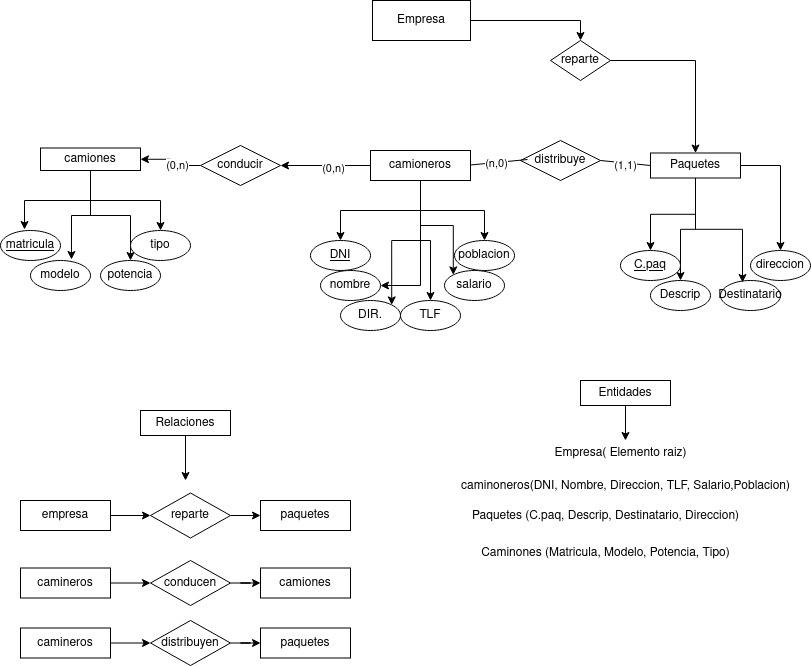
Above: Ejercicios/images/Diagrama_BAE_E1.drawio.png in adogonz23/BAE (draw.io), before the change. Source tidied: cells renumbered, new cells last; positions are measured from the earlier drawing's top-left corner, leaving out a move shared by most shapes. The source it was exported from:
```xml
<mxGraphModel background="#ffffff">
  <root>
    <mxCell id="0" />
    <mxCell id="1" parent="0" />
    <mxCell id="2" style="edgeStyle=orthogonalEdgeStyle;rounded=0;jettySize=auto;html=1;entryX=0.5;entryY=0;entryDx=0;entryDy=0;" parent="1" edge="1" source="10" target="16">
      <mxGeometry relative="1" as="geometry" />
    </mxCell>
    <mxCell id="3" style="edgeStyle=orthogonalEdgeStyle;rounded=0;jettySize=auto;html=1;entryX=1;entryY=0.5;entryDx=0;entryDy=0;" parent="1" edge="1" source="10" target="17">
      <mxGeometry relative="1" as="geometry" />
    </mxCell>
    <mxCell id="4" style="edgeStyle=orthogonalEdgeStyle;rounded=0;jettySize=auto;html=1;entryX=1;entryY=0;entryDx=0;entryDy=0;" parent="1" edge="1" source="10" target="20">
      <mxGeometry relative="1" as="geometry" />
    </mxCell>
    <mxCell id="5" style="edgeStyle=orthogonalEdgeStyle;rounded=0;jettySize=auto;html=1;entryX=0.5;entryY=0;entryDx=0;entryDy=0;" parent="1" edge="1" source="10" target="18">
      <mxGeometry relative="1" as="geometry" />
    </mxCell>
    <mxCell id="6" style="edgeStyle=orthogonalEdgeStyle;rounded=0;jettySize=auto;html=1;entryX=0.5;entryY=0;entryDx=0;entryDy=0;" parent="1" edge="1" source="10" target="21">
      <mxGeometry relative="1" as="geometry" />
    </mxCell>
    <mxCell id="7" style="edgeStyle=orthogonalEdgeStyle;rounded=0;jettySize=auto;html=1;entryX=0;entryY=0;entryDx=0;entryDy=0;" parent="1" edge="1" source="10" target="19">
      <mxGeometry relative="1" as="geometry" />
    </mxCell>
    <mxCell id="8" style="edgeStyle=orthogonalEdgeStyle;rounded=0;jettySize=auto;html=1;entryX=1;entryY=0.5;entryDx=0;entryDy=0;" parent="1" edge="1" source="10" target="44">
      <mxGeometry relative="1" as="geometry" />
    </mxCell>
    <mxCell id="9" value="(0,n)" style="edgeLabel;html=1;align=center;verticalAlign=middle;" parent="8" vertex="1">
      <mxGeometry x="-0.16" y="2" relative="1" as="geometry" />
    </mxCell>
    <mxCell id="10" value="&lt;div&gt;camioneros&lt;/div&gt;" style="rounded=0;whiteSpace=wrap;html=1;" parent="1" vertex="1">
      <mxGeometry x="370" y="150" width="100" height="30" as="geometry" />
    </mxCell>
    <mxCell id="11" style="edgeStyle=orthogonalEdgeStyle;rounded=0;jettySize=auto;html=1;" parent="1" edge="1" source="14" target="29">
      <mxGeometry relative="1" as="geometry" />
    </mxCell>
    <mxCell id="12" style="edgeStyle=orthogonalEdgeStyle;rounded=0;jettySize=auto;html=1;" parent="1" edge="1" source="14" target="26">
      <mxGeometry relative="1" as="geometry" />
    </mxCell>
    <mxCell id="13" style="edgeStyle=orthogonalEdgeStyle;rounded=0;jettySize=auto;html=1;" parent="1" edge="1" source="14" target="27">
      <mxGeometry relative="1" as="geometry" />
    </mxCell>
    <mxCell id="14" value="Paquetes" style="rounded=0;whiteSpace=wrap;html=1;" parent="1" vertex="1">
      <mxGeometry x="650" y="152.5" width="90" height="25" as="geometry" />
    </mxCell>
    <mxCell id="15" style="group;" parent="1" vertex="1">
      <mxGeometry x="310" y="240" width="204" height="90" as="geometry" />
    </mxCell>
    <mxCell id="16" value="&lt;u&gt;DNI&lt;/u&gt;" style="ellipse;whiteSpace=wrap;html=1;" parent="15" vertex="1">
      <mxGeometry width="60" height="30" as="geometry" />
    </mxCell>
    <mxCell id="17" value="nombre" style="ellipse;whiteSpace=wrap;html=1;" parent="15" vertex="1">
      <mxGeometry x="10" y="30" width="60" height="30" as="geometry" />
    </mxCell>
    <mxCell id="18" value="TLF" style="ellipse;whiteSpace=wrap;html=1;" parent="15" vertex="1">
      <mxGeometry x="90" y="60" width="60" height="30" as="geometry" />
    </mxCell>
    <mxCell id="19" value="salario" style="ellipse;whiteSpace=wrap;html=1;" parent="15" vertex="1">
      <mxGeometry x="134" y="30" width="60" height="30" as="geometry" />
    </mxCell>
    <mxCell id="20" value="DIR." style="ellipse;whiteSpace=wrap;html=1;" parent="15" vertex="1">
      <mxGeometry x="30" y="60" width="60" height="30" as="geometry" />
    </mxCell>
    <mxCell id="21" value="poblacion" style="ellipse;whiteSpace=wrap;html=1;" parent="15" vertex="1">
      <mxGeometry x="144" width="60" height="30" as="geometry" />
    </mxCell>
    <mxCell id="22" style="edgeStyle=orthogonalEdgeStyle;rounded=0;jettySize=auto;html=1;" parent="1" edge="1" source="24" target="32">
      <mxGeometry relative="1" as="geometry" />
    </mxCell>
    <mxCell id="23" style="edgeStyle=orthogonalEdgeStyle;rounded=0;jettySize=auto;html=1;" parent="1" edge="1" source="24" target="31">
      <mxGeometry relative="1" as="geometry" />
    </mxCell>
    <mxCell id="24" value="camiones" style="rounded=0;whiteSpace=wrap;html=1;" parent="1" vertex="1">
      <mxGeometry x="40" y="147.5" width="100" height="22.5" as="geometry" />
    </mxCell>
    <mxCell id="25" style="group;" parent="1" vertex="1">
      <mxGeometry x="620" y="250" width="190" height="60" as="geometry" />
    </mxCell>
    <mxCell id="26" value="Descrip" style="ellipse;whiteSpace=wrap;html=1;" parent="25" vertex="1">
      <mxGeometry x="30" y="30" width="60" height="30" as="geometry" />
    </mxCell>
    <mxCell id="27" value="direccion" style="ellipse;whiteSpace=wrap;html=1;" parent="25" vertex="1">
      <mxGeometry x="130" width="60" height="30" as="geometry" />
    </mxCell>
    <mxCell id="28" value="Destinatario" style="ellipse;whiteSpace=wrap;html=1;" parent="25" vertex="1">
      <mxGeometry x="100" y="30" width="60" height="30" as="geometry" />
    </mxCell>
    <mxCell id="29" value="&lt;div&gt;&lt;u&gt;C.paq&lt;/u&gt;&lt;/div&gt;" style="ellipse;whiteSpace=wrap;html=1;" parent="25" vertex="1">
      <mxGeometry width="60" height="30" as="geometry" />
    </mxCell>
    <mxCell id="30" value="modelo " style="ellipse;whiteSpace=wrap;html=1;" parent="1" vertex="1">
      <mxGeometry x="30" y="260" width="60" height="30" as="geometry" />
    </mxCell>
    <mxCell id="31" value="tipo" style="ellipse;whiteSpace=wrap;html=1;" parent="1" vertex="1">
      <mxGeometry x="130" y="230" width="60" height="30" as="geometry" />
    </mxCell>
    <mxCell id="32" value="potencia" style="ellipse;whiteSpace=wrap;html=1;" parent="1" vertex="1">
      <mxGeometry x="100" y="260" width="60" height="30" as="geometry" />
    </mxCell>
    <mxCell id="33" value="&lt;u&gt;matricula&lt;/u&gt;" style="ellipse;whiteSpace=wrap;html=1;" parent="1" vertex="1">
      <mxGeometry y="230" width="60" height="30" as="geometry" />
    </mxCell>
    <mxCell id="34" style="edgeStyle=orthogonalEdgeStyle;rounded=0;jettySize=auto;html=1;entryX=0.4;entryY=-0.033;entryDx=0;entryDy=0;entryPerimeter=0;" parent="1" edge="1" source="24" target="33">
      <mxGeometry relative="1" as="geometry" />
    </mxCell>
    <mxCell id="35" style="edgeStyle=orthogonalEdgeStyle;rounded=0;jettySize=auto;html=1;entryX=0.683;entryY=-0.033;entryDx=0;entryDy=0;entryPerimeter=0;" parent="1" edge="1" source="24" target="30">
      <mxGeometry relative="1" as="geometry" />
    </mxCell>
    <mxCell id="36" style="edgeStyle=orthogonalEdgeStyle;rounded=0;jettySize=auto;html=1;entryX=0.367;entryY=0.067;entryDx=0;entryDy=0;entryPerimeter=0;" parent="1" edge="1" source="14" target="28">
      <mxGeometry relative="1" as="geometry" />
    </mxCell>
    <mxCell id="37" value="distribuye" style="rhombus;whiteSpace=wrap;html=1;" parent="1" vertex="1">
      <mxGeometry x="520" y="140" width="80" height="40" as="geometry" />
    </mxCell>
    <mxCell id="38" style="endArrow=none;html=1;rounded=0;entryX=0.088;entryY=0.475;entryDx=0;entryDy=0;entryPerimeter=0;" parent="1" edge="1" target="37">
      <mxGeometry relative="1" as="geometry">
        <mxPoint x="470" y="164.5" as="sourcePoint" />
      </mxGeometry>
    </mxCell>
    <mxCell id="39" value="(n,0)" style="edgeLabel;html=1;align=center;verticalAlign=middle;" parent="38" vertex="1">
      <mxGeometry x="-0.09" relative="1" as="geometry" />
    </mxCell>
    <mxCell id="40" style="endArrow=none;html=1;rounded=0;entryX=0;entryY=0.5;entryDx=0;entryDy=0;exitX=1;exitY=0.5;exitDx=0;exitDy=0;" parent="1" edge="1" source="37" target="14">
      <mxGeometry relative="1" as="geometry" />
    </mxCell>
    <mxCell id="41" value="(1,1)" style="edgeLabel;html=1;align=center;verticalAlign=middle;" parent="40" vertex="1">
      <mxGeometry x="0.01" y="-1" relative="1" as="geometry">
        <mxPoint y="1" as="offset" />
      </mxGeometry>
    </mxCell>
    <mxCell id="42" style="edgeStyle=orthogonalEdgeStyle;rounded=0;jettySize=auto;html=1;entryX=1;entryY=0.5;entryDx=0;entryDy=0;" parent="1" edge="1" source="44" target="24">
      <mxGeometry relative="1" as="geometry" />
    </mxCell>
    <mxCell id="43" value="(0,n)" style="edgeLabel;html=1;align=center;verticalAlign=middle;" parent="42" vertex="1">
      <mxGeometry x="-0.27" y="-1" relative="1" as="geometry" />
    </mxCell>
    <mxCell id="44" value="conducir" style="rhombus;whiteSpace=wrap;html=1;" parent="1" vertex="1">
      <mxGeometry x="200" y="145" width="80" height="40" as="geometry" />
    </mxCell>
    <mxCell id="45" style="edgeStyle=orthogonalEdgeStyle;rounded=0;jettySize=auto;html=1;entryX=0;entryY=0.5;entryDx=0;entryDy=0;" parent="1" edge="1" source="46" target="49">
      <mxGeometry relative="1" as="geometry" />
    </mxCell>
    <mxCell id="46" value="empresa " style="rounded=0;whiteSpace=wrap;html=1;" parent="1" vertex="1">
      <mxGeometry x="20" y="500" width="90" height="30" as="geometry" />
    </mxCell>
    <mxCell id="47" value="paquetes" style="rounded=0;whiteSpace=wrap;html=1;" parent="1" vertex="1">
      <mxGeometry x="260" y="500" width="90" height="30" as="geometry" />
    </mxCell>
    <mxCell id="48" style="edgeStyle=orthogonalEdgeStyle;rounded=0;jettySize=auto;html=1;entryX=0;entryY=0.5;entryDx=0;entryDy=0;" parent="1" edge="1" source="49" target="47">
      <mxGeometry relative="1" as="geometry" />
    </mxCell>
    <mxCell id="49" value="reparte" style="rhombus;whiteSpace=wrap;html=1;" parent="1" vertex="1">
      <mxGeometry x="150" y="492.5" width="80" height="45" as="geometry" />
    </mxCell>
    <mxCell id="50" style="edgeStyle=orthogonalEdgeStyle;rounded=0;jettySize=auto;html=1;entryX=0;entryY=0.5;entryDx=0;entryDy=0;" parent="1" edge="1" source="51" target="52">
      <mxGeometry relative="1" as="geometry" />
    </mxCell>
    <mxCell id="51" value="conducen " style="rhombus;whiteSpace=wrap;html=1;" parent="1" vertex="1">
      <mxGeometry x="150" y="560" width="80" height="45" as="geometry" />
    </mxCell>
    <mxCell id="52" value="camiones" style="rounded=0;whiteSpace=wrap;html=1;" parent="1" vertex="1">
      <mxGeometry x="260" y="567.5" width="90" height="30" as="geometry" />
    </mxCell>
    <mxCell id="53" style="edgeStyle=orthogonalEdgeStyle;rounded=0;jettySize=auto;html=1;" parent="1" edge="1" source="54" target="51">
      <mxGeometry relative="1" as="geometry" />
    </mxCell>
    <mxCell id="54" value="camineros " style="rounded=0;whiteSpace=wrap;html=1;" parent="1" vertex="1">
      <mxGeometry x="20" y="567.5" width="90" height="30" as="geometry" />
    </mxCell>
    <mxCell id="55" style="edgeStyle=orthogonalEdgeStyle;rounded=0;jettySize=auto;html=1;" parent="1" edge="1" source="56" target="57">
      <mxGeometry relative="1" as="geometry" />
    </mxCell>
    <mxCell id="56" value="distribuyen" style="rhombus;whiteSpace=wrap;html=1;" parent="1" vertex="1">
      <mxGeometry x="150" y="620" width="80" height="45" as="geometry" />
    </mxCell>
    <mxCell id="57" value="paquetes" style="rounded=0;whiteSpace=wrap;html=1;" parent="1" vertex="1">
      <mxGeometry x="260" y="627.5" width="90" height="30" as="geometry" />
    </mxCell>
    <mxCell id="58" style="edgeStyle=orthogonalEdgeStyle;rounded=0;jettySize=auto;html=1;entryX=0;entryY=0.5;entryDx=0;entryDy=0;" parent="1" edge="1" source="59" target="56">
      <mxGeometry relative="1" as="geometry" />
    </mxCell>
    <mxCell id="59" value="camineros " style="rounded=0;whiteSpace=wrap;html=1;" parent="1" vertex="1">
      <mxGeometry x="20" y="627.5" width="90" height="30" as="geometry" />
    </mxCell>
    <mxCell id="60" style="edgeStyle=orthogonalEdgeStyle;rounded=0;jettySize=auto;html=1;entryX=0.5;entryY=0;entryDx=0;entryDy=0;" parent="1" edge="1" source="61" target="63">
      <mxGeometry relative="1" as="geometry" />
    </mxCell>
    <mxCell id="61" value="Empresa" style="rounded=0;whiteSpace=wrap;html=1;" parent="1" vertex="1">
      <mxGeometry x="372" width="98" height="40" as="geometry" />
    </mxCell>
    <mxCell id="62" style="edgeStyle=orthogonalEdgeStyle;rounded=0;jettySize=auto;html=1;entryX=0.5;entryY=0;entryDx=0;entryDy=0;" parent="1" edge="1" source="63" target="14">
      <mxGeometry relative="1" as="geometry" />
    </mxCell>
    <mxCell id="63" value="reparte" style="rhombus;whiteSpace=wrap;html=1;" parent="1" vertex="1">
      <mxGeometry x="550" y="40" width="60" height="40" as="geometry" />
    </mxCell>
    <mxCell id="64" style="edgeStyle=orthogonalEdgeStyle;rounded=0;jettySize=auto;html=1;" parent="1" edge="1" source="65">
      <mxGeometry relative="1" as="geometry">
        <mxPoint x="185" y="480" as="targetPoint" />
      </mxGeometry>
    </mxCell>
    <mxCell id="65" value="Relaciones" style="rounded=0;whiteSpace=wrap;html=1;" parent="1" vertex="1">
      <mxGeometry x="140" y="410" width="90" height="25" as="geometry" />
    </mxCell>
    <mxCell id="66" value="caminoneros(DNI, Nombre, Direccion, TLF, Salario,Poblacion)" style="text;html=1;align=center;verticalAlign=middle;strokeColor=none;fillColor=none;" parent="1" vertex="1">
      <mxGeometry x="450" y="471" width="350" height="30" as="geometry" />
    </mxCell>
    <mxCell id="67" value="Paquetes (C.paq, Descrip, Destinatario, Direccion) " style="text;html=1;align=center;verticalAlign=middle;strokeColor=none;fillColor=none;" parent="1" vertex="1">
      <mxGeometry x="460" y="501" width="290" height="30" as="geometry" />
    </mxCell>
    <mxCell id="68" value="Caminones (Matricula, Modelo, Potencia, Tipo)" style="text;html=1;align=center;verticalAlign=middle;strokeColor=none;fillColor=none;" parent="1" vertex="1">
      <mxGeometry x="470" y="537.5" width="270" height="30" as="geometry" />
    </mxCell>
    <mxCell id="69" value="Empresa( Elemento raiz)" style="text;html=1;align=center;verticalAlign=middle;points=[];strokeColor=none;fillColor=none;" parent="1" vertex="1">
      <mxGeometry x="540" y="437.5" width="160" height="30" as="geometry" />
    </mxCell>
    <mxCell id="70" value="Entidades" style="rounded=0;whiteSpace=wrap;html=1;" parent="1" vertex="1">
      <mxGeometry x="580" y="380" width="90" height="25" as="geometry" />
    </mxCell>
    <mxCell id="71" style="edgeStyle=orthogonalEdgeStyle;rounded=0;jettySize=auto;html=1;entryX=0.531;entryY=0.083;entryDx=0;entryDy=0;entryPerimeter=0;" parent="1" edge="1" source="70" target="69">
      <mxGeometry relative="1" as="geometry" />
    </mxCell>
  </root>
</mxGraphModel>
```
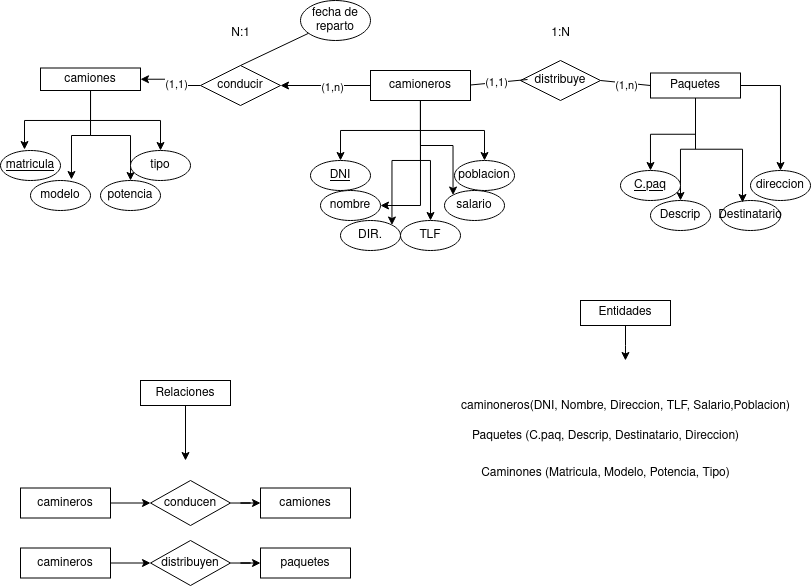
The same file after the commit.

What changed in the source:
```diff
@@ -23,7 +23,7 @@
     <mxCell id="8" style="edgeStyle=orthogonalEdgeStyle;rounded=0;jettySize=auto;html=1;entryX=1;entryY=0.5;entryDx=0;entryDy=0;" parent="1" edge="1" source="10" target="44">
       <mxGeometry relative="1" as="geometry" />
     </mxCell>
-    <mxCell id="9" value="(0,n)" style="edgeLabel;html=1;align=center;verticalAlign=middle;" parent="8" vertex="1">
+    <mxCell id="9" value="(1,n)" style="edgeLabel;html=1;align=center;verticalAlign=middle;" parent="8" vertex="1">
       <mxGeometry x="-0.16" y="2" relative="1" as="geometry" />
     </mxCell>
     <mxCell id="10" value="&lt;div&gt;camioneros&lt;/div&gt;" style="rounded=0;whiteSpace=wrap;html=1;" parent="1" vertex="1">
@@ -115,13 +115,13 @@
         <mxPoint x="470" y="164.5" as="sourcePoint" />
       </mxGeometry>
     </mxCell>
-    <mxCell id="39" value="(n,0)" style="edgeLabel;html=1;align=center;verticalAlign=middle;" parent="38" vertex="1">
+    <mxCell id="39" value="(1,1)" style="edgeLabel;html=1;align=center;verticalAlign=middle;" parent="38" vertex="1">
       <mxGeometry x="-0.09" relative="1" as="geometry" />
     </mxCell>
     <mxCell id="40" style="endArrow=none;html=1;rounded=0;entryX=0;entryY=0.5;entryDx=0;entryDy=0;exitX=1;exitY=0.5;exitDx=0;exitDy=0;" parent="1" edge="1" source="37" target="14">
       <mxGeometry relative="1" as="geometry" />
     </mxCell>
-    <mxCell id="41" value="(1,1)" style="edgeLabel;html=1;align=center;verticalAlign=middle;" parent="40" vertex="1">
+    <mxCell id="41" value="(1,n)" style="edgeLabel;html=1;align=center;verticalAlign=middle;" parent="40" vertex="1">
       <mxGeometry x="0.01" y="-1" relative="1" as="geometry">
         <mxPoint y="1" as="offset" />
       </mxGeometry>
@@ -129,27 +129,12 @@
     <mxCell id="42" style="edgeStyle=orthogonalEdgeStyle;rounded=0;jettySize=auto;html=1;entryX=1;entryY=0.5;entryDx=0;entryDy=0;" parent="1" edge="1" source="44" target="24">
       <mxGeometry relative="1" as="geometry" />
     </mxCell>
-    <mxCell id="43" value="(0,n)" style="edgeLabel;html=1;align=center;verticalAlign=middle;" parent="42" vertex="1">
+    <mxCell id="43" value="(1,1)" style="edgeLabel;html=1;align=center;verticalAlign=middle;" parent="42" vertex="1">
       <mxGeometry x="-0.27" y="-1" relative="1" as="geometry" />
     </mxCell>
     <mxCell id="44" value="conducir" style="rhombus;whiteSpace=wrap;html=1;" parent="1" vertex="1">
       <mxGeometry x="200" y="145" width="80" height="40" as="geometry" />
     </mxCell>
-    <mxCell id="45" style="edgeStyle=orthogonalEdgeStyle;rounded=0;jettySize=auto;html=1;entryX=0;entryY=0.5;entryDx=0;entryDy=0;" parent="1" edge="1" source="46" target="49">
-      <mxGeometry relative="1" as="geometry" />
-    </mxCell>
-    <mxCell id="46" value="empresa " style="rounded=0;whiteSpace=wrap;html=1;" parent="1" vertex="1">
-      <mxGeometry x="20" y="500" width="90" height="30" as="geometry" />
-    </mxCell>
-    <mxCell id="47" value="paquetes" style="rounded=0;whiteSpace=wrap;html=1;" parent="1" vertex="1">
-      <mxGeometry x="260" y="500" width="90" height="30" as="geometry" />
-    </mxCell>
-    <mxCell id="48" style="edgeStyle=orthogonalEdgeStyle;rounded=0;jettySize=auto;html=1;entryX=0;entryY=0.5;entryDx=0;entryDy=0;" parent="1" edge="1" source="49" target="47">
-      <mxGeometry relative="1" as="geometry" />
-    </mxCell>
-    <mxCell id="49" value="reparte" style="rhombus;whiteSpace=wrap;html=1;" parent="1" vertex="1">
-      <mxGeometry x="150" y="492.5" width="80" height="45" as="geometry" />
-    </mxCell>
     <mxCell id="50" style="edgeStyle=orthogonalEdgeStyle;rounded=0;jettySize=auto;html=1;entryX=0;entryY=0.5;entryDx=0;entryDy=0;" parent="1" edge="1" source="51" target="52">
       <mxGeometry relative="1" as="geometry" />
     </mxCell>
@@ -180,25 +165,13 @@
     <mxCell id="59" value="camineros " style="rounded=0;whiteSpace=wrap;html=1;" parent="1" vertex="1">
       <mxGeometry x="20" y="627.5" width="90" height="30" as="geometry" />
     </mxCell>
-    <mxCell id="60" style="edgeStyle=orthogonalEdgeStyle;rounded=0;jettySize=auto;html=1;entryX=0.5;entryY=0;entryDx=0;entryDy=0;" parent="1" edge="1" source="61" target="63">
-      <mxGeometry relative="1" as="geometry" />
-    </mxCell>
-    <mxCell id="61" value="Empresa" style="rounded=0;whiteSpace=wrap;html=1;" parent="1" vertex="1">
-      <mxGeometry x="372" width="98" height="40" as="geometry" />
-    </mxCell>
-    <mxCell id="62" style="edgeStyle=orthogonalEdgeStyle;rounded=0;jettySize=auto;html=1;entryX=0.5;entryY=0;entryDx=0;entryDy=0;" parent="1" edge="1" source="63" target="14">
-      <mxGeometry relative="1" as="geometry" />
-    </mxCell>
-    <mxCell id="63" value="reparte" style="rhombus;whiteSpace=wrap;html=1;" parent="1" vertex="1">
-      <mxGeometry x="550" y="40" width="60" height="40" as="geometry" />
-    </mxCell>
-    <mxCell id="64" style="edgeStyle=orthogonalEdgeStyle;rounded=0;jettySize=auto;html=1;" parent="1" edge="1" source="65">
-      <mxGeometry relative="1" as="geometry">
-        <mxPoint x="185" y="480" as="targetPoint" />
-      </mxGeometry>
-    </mxCell>
+    <mxCell id="72" style="edgeStyle=orthogonalEdgeStyle;rounded=0;jettySize=auto;html=1;" parent="1" edge="1" source="65">
+      <mxGeometry relative="1" as="geometry">
+        <mxPoint x="185" y="540" as="targetPoint" />
+      </mxGeometry>
+    </mxCell>
     <mxCell id="65" value="Relaciones" style="rounded=0;whiteSpace=wrap;html=1;" parent="1" vertex="1">
-      <mxGeometry x="140" y="410" width="90" height="25" as="geometry" />
+      <mxGeometry x="140" y="460" width="90" height="25" as="geometry" />
     </mxCell>
     <mxCell id="66" value="caminoneros(DNI, Nombre, Direccion, TLF, Salario,Poblacion)" style="text;html=1;align=center;verticalAlign=middle;strokeColor=none;fillColor=none;" parent="1" vertex="1">
       <mxGeometry x="450" y="471" width="350" height="30" as="geometry" />
@@ -209,14 +182,25 @@
     <mxCell id="68" value="Caminones (Matricula, Modelo, Potencia, Tipo)" style="text;html=1;align=center;verticalAlign=middle;strokeColor=none;fillColor=none;" parent="1" vertex="1">
       <mxGeometry x="470" y="537.5" width="270" height="30" as="geometry" />
     </mxCell>
-    <mxCell id="69" value="Empresa( Elemento raiz)" style="text;html=1;align=center;verticalAlign=middle;points=[];strokeColor=none;fillColor=none;" parent="1" vertex="1">
-      <mxGeometry x="540" y="437.5" width="160" height="30" as="geometry" />
-    </mxCell>
     <mxCell id="70" value="Entidades" style="rounded=0;whiteSpace=wrap;html=1;" parent="1" vertex="1">
       <mxGeometry x="580" y="380" width="90" height="25" as="geometry" />
     </mxCell>
-    <mxCell id="71" style="edgeStyle=orthogonalEdgeStyle;rounded=0;jettySize=auto;html=1;entryX=0.531;entryY=0.083;entryDx=0;entryDy=0;entryPerimeter=0;" parent="1" edge="1" source="70" target="69">
-      <mxGeometry relative="1" as="geometry" />
+    <mxCell id="71" style="edgeStyle=orthogonalEdgeStyle;rounded=0;jettySize=auto;html=1;entryX=0.531;entryY=0.083;entryDx=0;entryDy=0;entryPerimeter=0;" parent="1" edge="1" source="70">
+      <mxGeometry relative="1" as="geometry">
+        <mxPoint x="625" y="440" as="targetPoint" />
+      </mxGeometry>
     </mxCell>
+    <mxCell id="73" value="&lt;div&gt;N:1&lt;br&gt;&lt;/div&gt;" style="text;html=1;align=center;verticalAlign=middle;strokeColor=none;fillColor=none;" parent="1" vertex="1">
+      <mxGeometry x="220" y="98" width="40" height="30" as="geometry" />
+    </mxCell>
+    <mxCell id="74" value="1:N" style="text;html=1;align=center;verticalAlign=middle;strokeColor=none;fillColor=none;" parent="1" vertex="1">
+      <mxGeometry x="540" y="98" width="40" height="30" as="geometry" />
+    </mxCell>
+    <mxCell id="75" value="fecha de reparto" style="ellipse;whiteSpace=wrap;html=1;" parent="1" vertex="1">
+      <mxGeometry x="300" y="80" width="70" height="40" as="geometry" />
+    </mxCell>
+    <mxCell id="76" style="endArrow=none;html=1;rounded=0;exitX=0.5;exitY=0;exitDx=0;exitDy=0;" parent="1" edge="1" source="44" target="75">
+      <mxGeometry relative="1" as="geometry" />
+    </mxCell>
   </root>
 </mxGraphModel>
```
